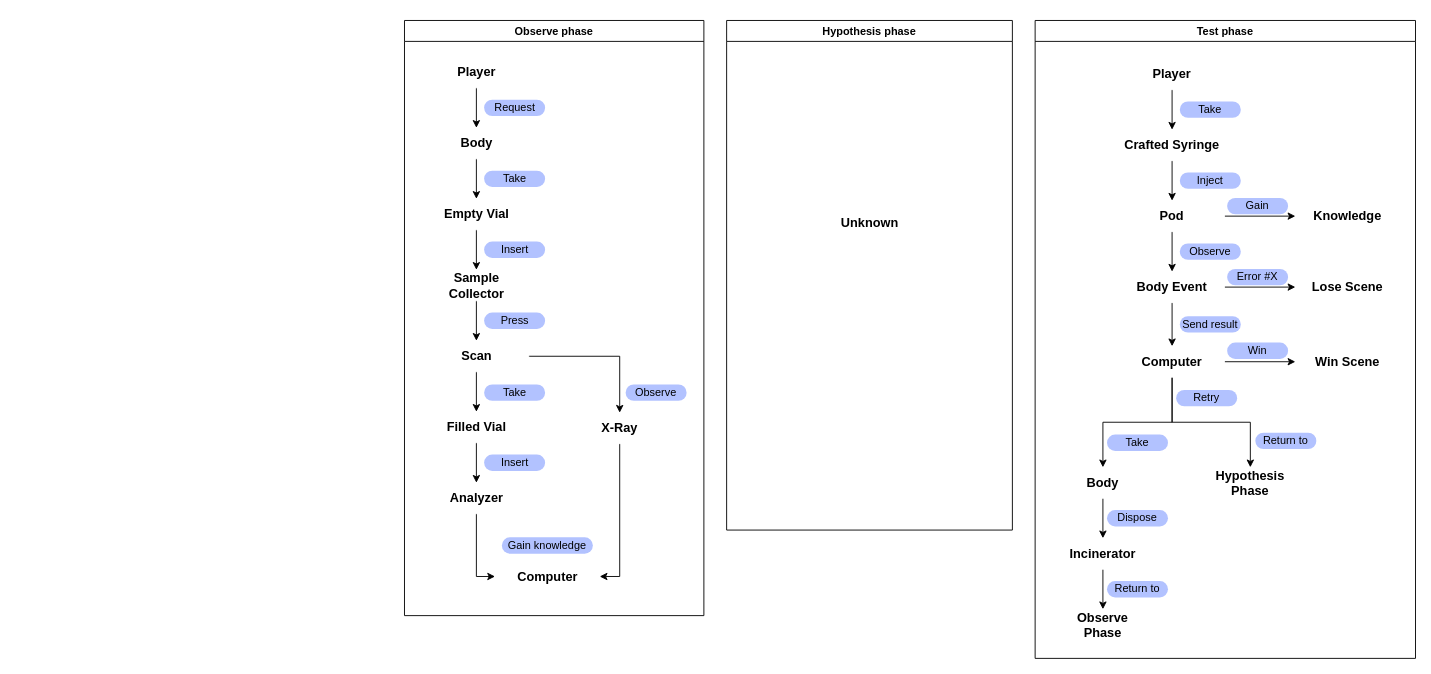
Earlier version of the draw.io diagram page "Game Loop" (2 of 2) of Docs/TheLabArchitecture.drawio (Making-Games-ITU/TheLab). Source tidied: cells renumbered, new cells numbered last; positions are measured from the earlier drawing's top-left corner, leaving out a move shared by most shapes. Both pictures are drawn from the tidied source at 91%, with x=0, y=0 at pixel (404, 20).
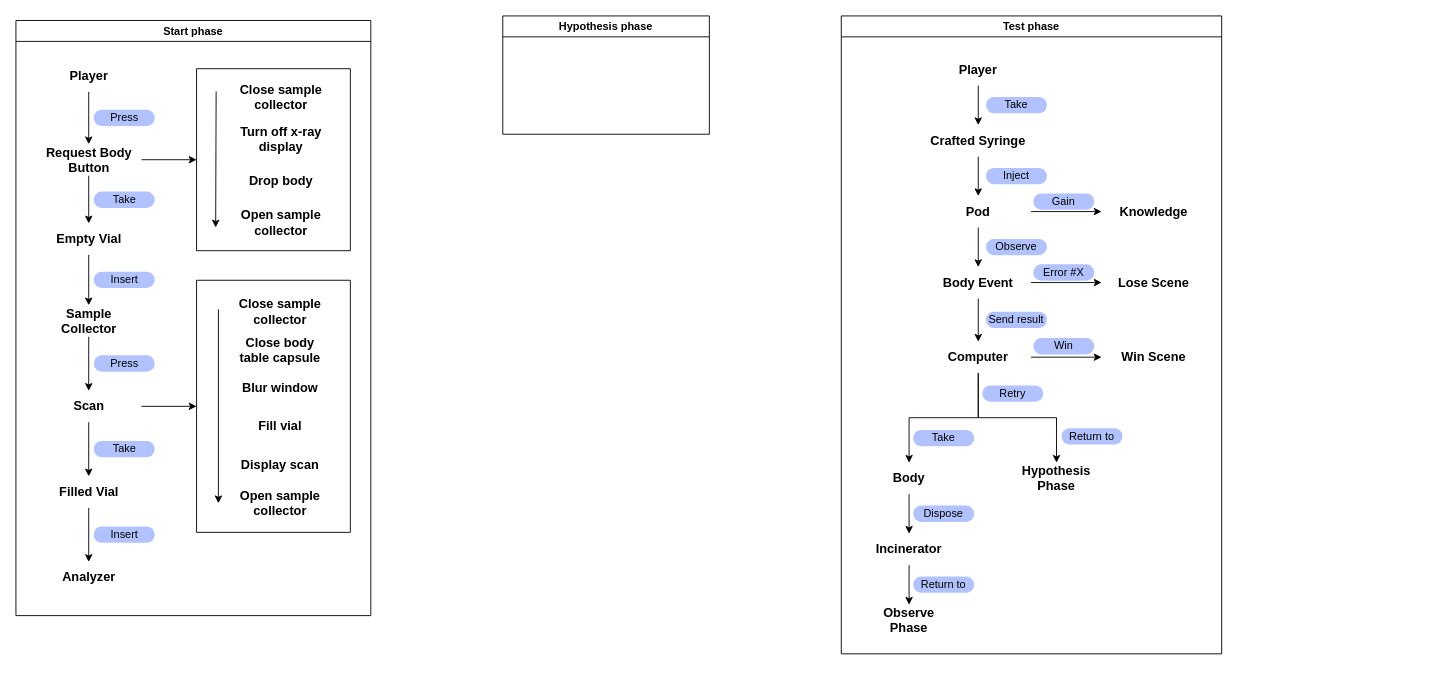
Above is the later version.

Commit message (it also covers changes not shown here):
feat: More flow and rework of initial loop phase

What changed in the source:
```diff
@@
-    <mxCell id="2" value="Observe phase" style="swimlane;whiteSpace=wrap;html=1;" parent="1" vertex="1">
-      <mxGeometry width="329" height="654" as="geometry" />
+    <mxCell id="2" value="Start phase" style="swimlane;whiteSpace=wrap;html=1;startSize=23;" parent="1" vertex="1">
+      <mxGeometry x="-427" width="390" height="654" as="geometry" />
     </mxCell>
-    <mxCell id="3" style="edgeStyle=orthogonalEdgeStyle;rounded=0;jettySize=auto;html=1;exitX=0.5;exitY=1;exitDx=0;exitDy=0;entryX=0.5;entryY=0;entryDx=0;entryDy=0;" parent="2" edge="1" source="4" target="27">
-      <mxGeometry relative="1" as="geometry" />
-    </mxCell>
+    <mxCell id="67" style="edgeStyle=orthogonalEdgeStyle;rounded=0;jettySize=auto;html=1;exitX=0.5;exitY=1;exitDx=0;exitDy=0;entryX=0.5;entryY=0;entryDx=0;entryDy=0;" parent="2" edge="1" source="4" target="71">
+      <mxGeometry relative="1" as="geometry" />
+    </mxCell>
     <mxCell id="4" value="&lt;div&gt;&lt;b&gt;&lt;font style=&quot;font-size: 14px;&quot;&gt;Player&lt;/font&gt;&lt;/b&gt;&lt;/div&gt;" style="rounded=1;whiteSpace=wrap;html=1;roundedPerimeter=1;arcSize=31;strokeColor=light-dark(#FFFFFF,#006666);fillColor=none;" parent="2" vertex="1">
-      <mxGeometry x="21.5" y="40" width="115" height="34" as="geometry" />
+      <mxGeometry x="22.5" y="44" width="115" height="34" as="geometry" />
     </mxCell>
@@
     <mxCell id="6" value="&lt;div&gt;&lt;b&gt;&lt;font style=&quot;font-size: 14px;&quot;&gt;Empty Vial&lt;/font&gt;&lt;/b&gt;&lt;/div&gt;" style="rounded=1;whiteSpace=wrap;html=1;roundedPerimeter=1;arcSize=31;strokeColor=light-dark(#FFFFFF,#006666);fillColor=none;" parent="2" vertex="1">
-      <mxGeometry x="21.5" y="196" width="115" height="34" as="geometry" />
+      <mxGeometry x="22.5" y="223" width="115" height="34" as="geometry" />
     </mxCell>
@@
     <mxCell id="8" value="&lt;div&gt;&lt;b&gt;&lt;font style=&quot;font-size: 14px;&quot;&gt;Sample Collector&lt;/font&gt;&lt;/b&gt;&lt;/div&gt;" style="rounded=1;whiteSpace=wrap;html=1;roundedPerimeter=1;arcSize=31;strokeColor=light-dark(#FFFFFF,#006666);fillColor=none;" parent="2" vertex="1">
-      <mxGeometry x="21.5" y="274" width="115" height="34" as="geometry" />
+      <mxGeometry x="22.5" y="313" width="115" height="34" as="geometry" />
     </mxCell>
     <mxCell id="9" value="&lt;font&gt;Take&lt;/font&gt;" style="rounded=1;whiteSpace=wrap;html=1;roundedPerimeter=1;fillColor=light-dark(#B2C2FF,#660033);strokeColor=none;fontColor=default;fillStyle=solid;gradientColor=none;arcSize=50;verticalAlign=middle;labelPosition=center;verticalLabelPosition=middle;align=center;" parent="2" vertex="1">
-      <mxGeometry x="87.5" y="165" width="67" height="18" as="geometry" />
+      <mxGeometry x="85.5" y="188" width="67" height="18" as="geometry" />
     </mxCell>
-    <mxCell id="10" value="&lt;font&gt;Request&lt;/font&gt;" style="rounded=1;whiteSpace=wrap;html=1;roundedPerimeter=1;fillColor=light-dark(#B2C2FF,#660033);strokeColor=none;fontColor=default;fillStyle=solid;gradientColor=none;arcSize=50;verticalAlign=middle;labelPosition=center;verticalLabelPosition=middle;align=center;" parent="2" vertex="1">
-      <mxGeometry x="87.5" y="87" width="67" height="18" as="geometry" />
+    <mxCell id="10" value="&lt;font&gt;Press&lt;/font&gt;" style="rounded=1;whiteSpace=wrap;html=1;roundedPerimeter=1;fillColor=light-dark(#B2C2FF,#660033);strokeColor=none;fontColor=default;fillStyle=solid;gradientColor=none;arcSize=50;verticalAlign=middle;labelPosition=center;verticalLabelPosition=middle;align=center;" parent="2" vertex="1">
+      <mxGeometry x="85.5" y="98" width="67" height="18" as="geometry" />
     </mxCell>
-    <mxCell id="11" style="edgeStyle=orthogonalEdgeStyle;rounded=0;jettySize=auto;html=1;exitX=0.5;exitY=1;exitDx=0;exitDy=0;entryX=0.5;entryY=0;entryDx=0;entryDy=0;" parent="2" edge="1" source="13" target="16">
+    <mxCell id="11" style="edgeStyle=orthogonalEdgeStyle;rounded=0;jettySize=auto;html=1;exitX=0.5;exitY=1;exitDx=0;exitDy=0;" parent="2" edge="1" source="13" target="16">
       <mxGeometry relative="1" as="geometry" />
     </mxCell>
-    <mxCell id="12" style="edgeStyle=orthogonalEdgeStyle;rounded=0;jettySize=auto;html=1;exitX=1;exitY=0.5;exitDx=0;exitDy=0;entryX=0.5;entryY=0;entryDx=0;entryDy=0;" parent="2" edge="1" source="13" target="19">
-      <mxGeometry relative="1" as="geometry" />
-    </mxCell>
+    <mxCell id="68" style="edgeStyle=orthogonalEdgeStyle;rounded=0;jettySize=auto;html=1;exitX=1;exitY=0.5;exitDx=0;exitDy=0;entryX=0;entryY=0.5;entryDx=0;entryDy=0;" parent="2" edge="1" source="13" target="72">
+      <mxGeometry relative="1" as="geometry" />
+    </mxCell>
     <mxCell id="13" value="&lt;div&gt;&lt;b&gt;&lt;font style=&quot;font-size: 14px;&quot;&gt;Scan&lt;/font&gt;&lt;/b&gt;&lt;/div&gt;" style="rounded=1;whiteSpace=wrap;html=1;roundedPerimeter=1;arcSize=31;strokeColor=light-dark(#FFFFFF,#006666);fillColor=none;" parent="2" vertex="1">
-      <mxGeometry x="21.5" y="352" width="115" height="34" as="geometry" />
+      <mxGeometry x="22.5" y="407" width="115" height="34" as="geometry" />
     </mxCell>
     <mxCell id="14" value="Press" style="rounded=1;whiteSpace=wrap;html=1;roundedPerimeter=1;fillColor=light-dark(#B2C2FF,#660033);strokeColor=none;fontColor=default;fillStyle=solid;gradientColor=none;arcSize=50;verticalAlign=middle;labelPosition=center;verticalLabelPosition=middle;align=center;" parent="2" vertex="1">
-      <mxGeometry x="87.5" y="321" width="67" height="18" as="geometry" />
+      <mxGeometry x="85.5" y="368" width="67" height="18" as="geometry" />
     </mxCell>
-    <mxCell id="15" style="edgeStyle=orthogonalEdgeStyle;rounded=0;jettySize=auto;html=1;exitX=0.5;exitY=1;exitDx=0;exitDy=0;" parent="2" edge="1" source="16" target="22">
+    <mxCell id="15" style="edgeStyle=orthogonalEdgeStyle;rounded=0;jettySize=auto;html=1;exitX=0.5;exitY=1;exitDx=0;exitDy=0;entryX=0.5;entryY=0;entryDx=0;entryDy=0;" parent="2" edge="1" source="16" target="22">
       <mxGeometry relative="1" as="geometry" />
     </mxCell>
     <mxCell id="16" value="&lt;div&gt;&lt;b&gt;&lt;font style=&quot;font-size: 14px;&quot;&gt;Filled Vial&lt;/font&gt;&lt;/b&gt;&lt;/div&gt;" style="rounded=1;whiteSpace=wrap;html=1;roundedPerimeter=1;arcSize=31;strokeColor=light-dark(#FFFFFF,#006666);fillColor=none;" parent="2" vertex="1">
-      <mxGeometry x="21.5" y="430" width="115" height="34" as="geometry" />
+      <mxGeometry x="22.5" y="501" width="115" height="34" as="geometry" />
     </mxCell>
     <mxCell id="17" value="&lt;font&gt;Take&lt;/font&gt;" style="rounded=1;whiteSpace=wrap;html=1;roundedPerimeter=1;fillColor=light-dark(#B2C2FF,#660033);strokeColor=none;fontColor=default;fillStyle=solid;gradientColor=none;arcSize=50;verticalAlign=middle;labelPosition=center;verticalLabelPosition=middle;align=center;" parent="2" vertex="1">
-      <mxGeometry x="87.5" y="400" width="67" height="18" as="geometry" />
+      <mxGeometry x="85.5" y="462" width="67" height="18" as="geometry" />
     </mxCell>
-    <mxCell id="18" style="edgeStyle=orthogonalEdgeStyle;rounded=0;jettySize=auto;html=1;exitX=0.5;exitY=1;exitDx=0;exitDy=0;entryX=1;entryY=0.5;entryDx=0;entryDy=0;" parent="2" edge="1" source="19" target="24">
-      <mxGeometry relative="1" as="geometry" />
-    </mxCell>
-    <mxCell id="19" value="&lt;span style=&quot;font-size: 14px;&quot;&gt;&lt;b&gt;X-Ray&lt;/b&gt;&lt;/span&gt;" style="rounded=1;whiteSpace=wrap;html=1;roundedPerimeter=1;arcSize=31;strokeColor=light-dark(#FFFFFF,#006666);fillColor=none;" parent="2" vertex="1">
-      <mxGeometry x="179" y="431" width="115" height="34" as="geometry" />
-    </mxCell>
     <mxCell id="20" value="Insert" style="rounded=1;whiteSpace=wrap;html=1;roundedPerimeter=1;fillColor=light-dark(#B2C2FF,#660033);strokeColor=none;fontColor=default;fillStyle=solid;gradientColor=none;arcSize=50;verticalAlign=middle;labelPosition=center;verticalLabelPosition=middle;align=center;" parent="2" vertex="1">
-      <mxGeometry x="87.5" y="243" width="67" height="18" as="geometry" />
+      <mxGeometry x="85.5" y="276" width="67" height="18" as="geometry" />
     </mxCell>
-    <mxCell id="21" style="edgeStyle=orthogonalEdgeStyle;rounded=0;jettySize=auto;html=1;exitX=0.5;exitY=1;exitDx=0;exitDy=0;entryX=0;entryY=0.5;entryDx=0;entryDy=0;" parent="2" edge="1" source="22" target="24">
-      <mxGeometry relative="1" as="geometry" />
-    </mxCell>
     <mxCell id="22" value="&lt;div&gt;&lt;b&gt;&lt;font style=&quot;font-size: 14px;&quot;&gt;Analyzer&lt;/font&gt;&lt;/b&gt;&lt;/div&gt;" style="rounded=1;whiteSpace=wrap;html=1;roundedPerimeter=1;arcSize=31;strokeColor=light-dark(#FFFFFF,#006666);fillColor=none;" parent="2" vertex="1">
-      <mxGeometry x="21.5" y="508" width="115" height="34" as="geometry" />
+      <mxGeometry x="22.5" y="595" width="115" height="34" as="geometry" />
     </mxCell>
     <mxCell id="23" value="&lt;font&gt;Insert&lt;/font&gt;" style="rounded=1;whiteSpace=wrap;html=1;roundedPerimeter=1;fillColor=light-dark(#B2C2FF,#660033);strokeColor=none;fontColor=default;fillStyle=solid;gradientColor=none;arcSize=50;verticalAlign=middle;labelPosition=center;verticalLabelPosition=middle;align=center;" parent="2" vertex="1">
-      <mxGeometry x="87.5" y="477" width="67" height="18" as="geometry" />
+      <mxGeometry x="85.5" y="556" width="67" height="18" as="geometry" />
     </mxCell>
-    <mxCell id="24" value="&lt;div&gt;&lt;b&gt;&lt;font style=&quot;font-size: 14px;&quot;&gt;Computer&lt;/font&gt;&lt;/b&gt;&lt;/div&gt;" style="rounded=1;whiteSpace=wrap;html=1;roundedPerimeter=1;arcSize=31;strokeColor=light-dark(#FFFFFF,#006666);fillColor=none;" parent="2" vertex="1">
-      <mxGeometry x="99.5" y="594" width="115" height="34" as="geometry" />
-    </mxCell>
-    <mxCell id="25" value="Gain knowledge" style="rounded=1;whiteSpace=wrap;html=1;roundedPerimeter=1;fillColor=light-dark(#B2C2FF,#660033);strokeColor=none;fontColor=default;fillStyle=solid;gradientColor=none;arcSize=50;verticalAlign=middle;labelPosition=center;verticalLabelPosition=middle;align=center;" parent="2" vertex="1">
-      <mxGeometry x="107" y="568" width="100" height="18" as="geometry" />
-    </mxCell>
-    <mxCell id="26" style="edgeStyle=orthogonalEdgeStyle;rounded=0;jettySize=auto;html=1;exitX=0.5;exitY=1;exitDx=0;exitDy=0;entryX=0.5;entryY=0;entryDx=0;entryDy=0;" parent="2" edge="1" source="27" target="6">
-      <mxGeometry relative="1" as="geometry" />
-    </mxCell>
+    <mxCell id="69" style="edgeStyle=orthogonalEdgeStyle;rounded=0;jettySize=auto;html=1;exitX=0.5;exitY=1;exitDx=0;exitDy=0;entryX=0.5;entryY=0;entryDx=0;entryDy=0;" parent="2" edge="1" source="71" target="6">
+      <mxGeometry relative="1" as="geometry" />
+    </mxCell>
+    <mxCell id="70" style="edgeStyle=orthogonalEdgeStyle;rounded=0;jettySize=auto;html=1;exitX=1;exitY=0.5;exitDx=0;exitDy=0;entryX=0;entryY=0.5;entryDx=0;entryDy=0;" parent="2" edge="1" source="71" target="79">
+      <mxGeometry relative="1" as="geometry" />
+    </mxCell>
+    <mxCell id="71" value="&lt;div&gt;&lt;b&gt;&lt;font style=&quot;font-size: 14px;&quot;&gt;Request Body Button&lt;/font&gt;&lt;/b&gt;&lt;/div&gt;" style="rounded=1;whiteSpace=wrap;html=1;roundedPerimeter=1;arcSize=31;strokeColor=light-dark(#FFFFFF,#006666);fillColor=none;" parent="2" vertex="1">
+      <mxGeometry x="22.5" y="136" width="115" height="34" as="geometry" />
+    </mxCell>
+    <mxCell id="72" style="swimlane;startSize=0;" parent="2" vertex="1">
+      <mxGeometry x="198.5" y="285.5" width="169" height="277" as="geometry" />
+    </mxCell>
+    <mxCell id="73" value="&lt;div&gt;&lt;b&gt;&lt;font style=&quot;font-size: 14px;&quot;&gt;Close sample collector&lt;/font&gt;&lt;/b&gt;&lt;/div&gt;" style="rounded=1;whiteSpace=wrap;html=1;roundedPerimeter=1;arcSize=31;strokeColor=light-dark(#FFFFFF,#006666);fillColor=none;" parent="72" vertex="1">
+      <mxGeometry x="34.5" y="17" width="115" height="34" as="geometry" />
+    </mxCell>
+    <mxCell id="74" value="&lt;div&gt;&lt;b&gt;&lt;font style=&quot;font-size: 14px;&quot;&gt;Close body&lt;/font&gt;&lt;/b&gt;&lt;/div&gt;&lt;div&gt;&lt;span style=&quot;font-size: 14px;&quot;&gt;&lt;b&gt;table capsule&lt;/b&gt;&lt;/span&gt;&lt;/div&gt;" style="rounded=1;whiteSpace=wrap;html=1;roundedPerimeter=1;arcSize=31;strokeColor=light-dark(#FFFFFF,#006666);fillColor=none;" parent="72" vertex="1">
+      <mxGeometry x="34.5" y="59" width="115" height="34" as="geometry" />
+    </mxCell>
+    <mxCell id="19" value="&lt;span style=&quot;font-size: 14px;&quot;&gt;&lt;b&gt;Blur window&lt;/b&gt;&lt;/span&gt;" style="rounded=1;whiteSpace=wrap;html=1;roundedPerimeter=1;arcSize=31;strokeColor=light-dark(#FFFFFF,#006666);fillColor=none;" parent="72" vertex="1">
+      <mxGeometry x="34.5" y="101" width="115" height="34" as="geometry" />
+    </mxCell>
+    <mxCell id="75" value="&lt;span style=&quot;font-size: 14px;&quot;&gt;&lt;b&gt;Fill vial&lt;/b&gt;&lt;/span&gt;" style="rounded=1;whiteSpace=wrap;html=1;roundedPerimeter=1;arcSize=31;strokeColor=light-dark(#FFFFFF,#006666);fillColor=none;" parent="72" vertex="1">
+      <mxGeometry x="34.5" y="143" width="115" height="34" as="geometry" />
+    </mxCell>
+    <mxCell id="76" value="&lt;span style=&quot;font-size: 14px;&quot;&gt;&lt;b&gt;Display scan&lt;/b&gt;&lt;/span&gt;" style="rounded=1;whiteSpace=wrap;html=1;roundedPerimeter=1;arcSize=31;strokeColor=light-dark(#FFFFFF,#006666);fillColor=none;" parent="72" vertex="1">
+      <mxGeometry x="34.5" y="185" width="115" height="34" as="geometry" />
+    </mxCell>
+    <mxCell id="77" value="&lt;div&gt;&lt;b&gt;&lt;font style=&quot;font-size: 14px;&quot;&gt;Open sample collector&lt;/font&gt;&lt;/b&gt;&lt;/div&gt;" style="rounded=1;whiteSpace=wrap;html=1;roundedPerimeter=1;arcSize=31;strokeColor=light-dark(#FFFFFF,#006666);fillColor=none;" parent="72" vertex="1">
+      <mxGeometry x="34.5" y="227" width="115" height="34" as="geometry" />
+    </mxCell>
+    <mxCell id="78" style="endArrow=none;startArrow=classic;html=1;rounded=0;endFill=0;" parent="72" edge="1">
+      <mxGeometry relative="1" as="geometry">
+        <mxPoint x="24" y="245" as="sourcePoint" />
+        <mxPoint x="24" y="32" as="targetPoint" />
+      </mxGeometry>
+    </mxCell>
+    <mxCell id="79" style="swimlane;startSize=0;" parent="2" vertex="1">
+      <mxGeometry x="198.5" y="53" width="169" height="200" as="geometry" />
+    </mxCell>
-    <mxCell id="27" value="&lt;div&gt;&lt;b&gt;&lt;font style=&quot;font-size: 14px;&quot;&gt;Body&lt;/font&gt;&lt;/b&gt;&lt;/div&gt;" style="rounded=1;whiteSpace=wrap;html=1;roundedPerimeter=1;arcSize=31;strokeColor=light-dark(#FFFFFF,#006666);fillColor=none;" parent="2" vertex="1">
-      <mxGeometry x="21.5" y="118" width="115" height="34" as="geometry" />
+    <mxCell id="27" value="&lt;div&gt;&lt;b&gt;&lt;font style=&quot;font-size: 14px;&quot;&gt;Drop body&lt;/font&gt;&lt;/b&gt;&lt;/div&gt;" style="rounded=1;whiteSpace=wrap;html=1;roundedPerimeter=1;arcSize=31;strokeColor=light-dark(#FFFFFF,#006666);fillColor=none;" parent="79" vertex="1">
+      <mxGeometry x="35.5" y="106" width="115" height="34" as="geometry" />
     </mxCell>
-    <mxCell id="28" value="&lt;font&gt;Observe&lt;/font&gt;" style="rounded=1;whiteSpace=wrap;html=1;roundedPerimeter=1;fillColor=light-dark(#B2C2FF,#660033);strokeColor=none;fontColor=default;fillStyle=solid;gradientColor=none;arcSize=50;verticalAlign=middle;labelPosition=center;verticalLabelPosition=middle;align=center;" parent="2" vertex="1">
-      <mxGeometry x="243" y="400" width="67" height="18" as="geometry" />
-    </mxCell>
+    <mxCell id="80" value="&lt;div&gt;&lt;b&gt;&lt;font style=&quot;font-size: 14px;&quot;&gt;Close sample collector&lt;/font&gt;&lt;/b&gt;&lt;/div&gt;" style="rounded=1;whiteSpace=wrap;html=1;roundedPerimeter=1;arcSize=31;strokeColor=light-dark(#FFFFFF,#006666);fillColor=none;" parent="79" vertex="1">
+      <mxGeometry x="35.5" y="14" width="115" height="34" as="geometry" />
+    </mxCell>
+    <mxCell id="81" value="&lt;div&gt;&lt;b&gt;&lt;font style=&quot;font-size: 14px;&quot;&gt;Turn off x-ray display&lt;/font&gt;&lt;/b&gt;&lt;/div&gt;" style="rounded=1;whiteSpace=wrap;html=1;roundedPerimeter=1;arcSize=31;strokeColor=light-dark(#FFFFFF,#006666);fillColor=none;" parent="79" vertex="1">
+      <mxGeometry x="35.5" y="60" width="115" height="34" as="geometry" />
+    </mxCell>
+    <mxCell id="82" value="&lt;div&gt;&lt;b&gt;&lt;font style=&quot;font-size: 14px;&quot;&gt;Open sample collector&lt;/font&gt;&lt;/b&gt;&lt;/div&gt;" style="rounded=1;whiteSpace=wrap;html=1;roundedPerimeter=1;arcSize=31;strokeColor=light-dark(#FFFFFF,#006666);fillColor=none;" parent="79" vertex="1">
+      <mxGeometry x="35.5" y="152" width="115" height="34" as="geometry" />
+    </mxCell>
+    <mxCell id="83" style="endArrow=none;startArrow=classic;html=1;rounded=0;endFill=0;" parent="79" edge="1">
+      <mxGeometry relative="1" as="geometry">
+        <mxPoint x="21" y="174.5" as="sourcePoint" />
+        <mxPoint x="21.5" y="25" as="targetPoint" />
+      </mxGeometry>
+    </mxCell>
     <mxCell id="29" value="Hypothesis phase" style="swimlane;whiteSpace=wrap;html=1;" parent="1" vertex="1">
-      <mxGeometry x="354" width="314" height="560" as="geometry" />
+      <mxGeometry x="108" y="-5" width="227" height="130" as="geometry" />
     </mxCell>
-    <mxCell id="30" value="&lt;div&gt;&lt;b&gt;&lt;font style=&quot;font-size: 14px;&quot;&gt;Unknown&lt;/font&gt;&lt;/b&gt;&lt;/div&gt;" style="rounded=1;whiteSpace=wrap;html=1;roundedPerimeter=1;arcSize=31;strokeColor=light-dark(#FFFFFF,#006666);fillColor=none;" parent="29" vertex="1">
-      <mxGeometry x="99.5" y="205" width="115" height="34" as="geometry" />
-    </mxCell>
     <mxCell id="31" value="Test phase" style="swimlane;whiteSpace=wrap;html=1;" parent="1" vertex="1">
-      <mxGeometry x="693" width="418" height="701" as="geometry" />
+      <mxGeometry x="480" y="-5" width="418" height="701" as="geometry" />
     </mxCell>
```
